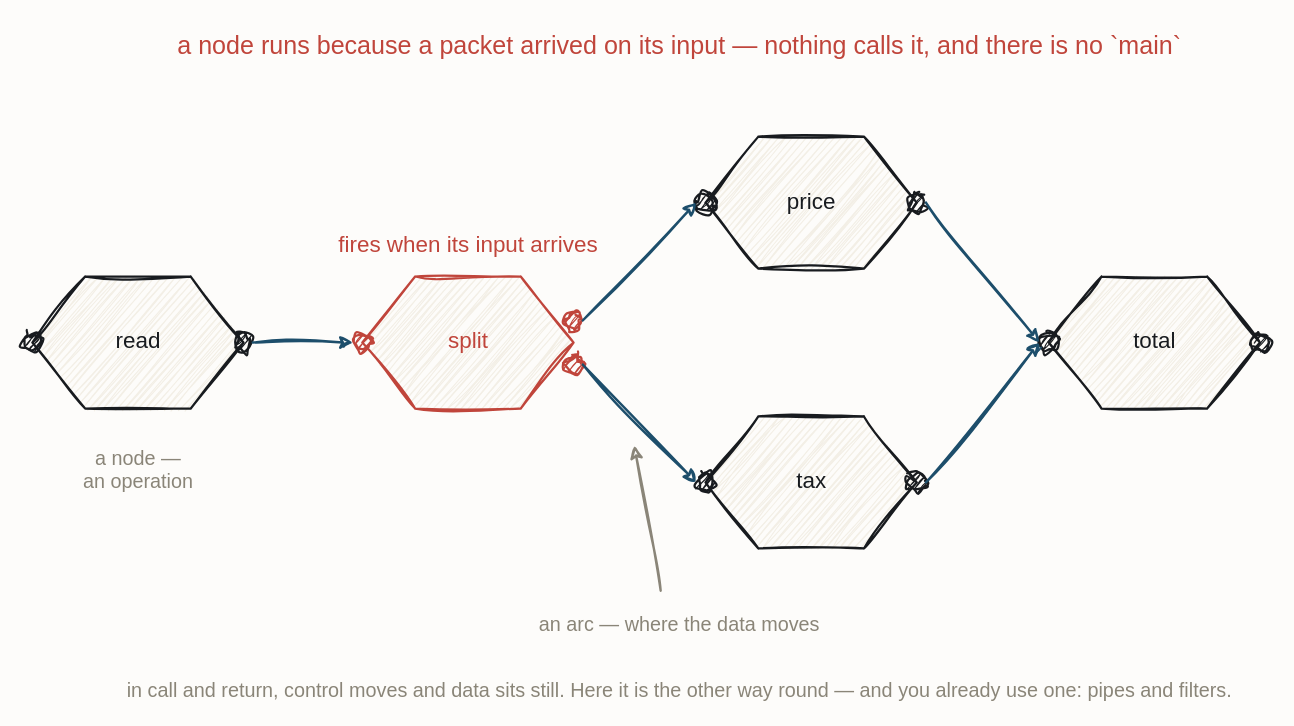
iancooper/practical-messaging keeps this draw.io diagram as resources/flow-dataflow-graph.drawio. Above is the earlier version. Source tidied: cells renumbered, new cells numbered last; positions are measured from the earlier drawing's top-left corner, leaving out a move shared by most shapes. Both pictures are drawn from the tidied source at 132%, with x=0, y=0 at pixel (22, 22).
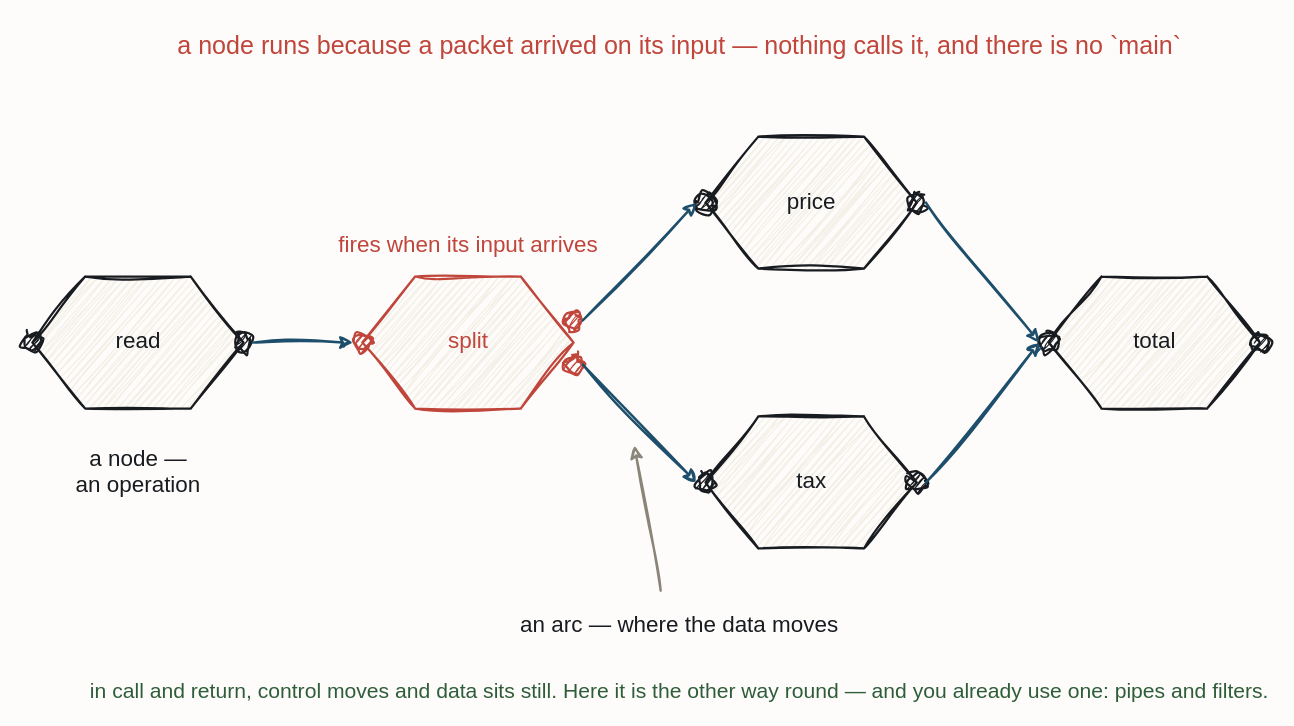
Above is the later version.

What changed in the source:
```diff
@@
-    <mxCell id="20" value="a node —&#10;an operation" style="text;html=1;align=center;fontFamily=Caveat;fontSize=15;fontColor=#8A8578;" parent="1" vertex="1">
+    <mxCell id="20" value="a node —&#10;an operation" style="text;html=1;align=center;fontFamily=Caveat;fontSize=17;fontColor=#181B1F;" parent="1" vertex="1">
       <mxGeometry x="27" y="314" width="120" height="20" as="geometry" />
     </mxCell>
-    <mxCell id="21" value="an arc — where the data moves" style="text;html=1;align=center;fontFamily=Caveat;fontSize=15;fontColor=#8A8578;" parent="1" vertex="1">
+    <mxCell id="21" value="an arc — where the data moves" style="text;html=1;align=center;fontFamily=Caveat;fontSize=17;fontColor=#181B1F;" parent="1" vertex="1">
       <mxGeometry x="437" y="440" width="120" height="20" as="geometry" />
     </mxCell>
-    <mxCell id="22" value="in call and return, control moves and data sits still. Here it is the other way round — and you already use one: pipes and filters." style="text;html=1;align=center;fontFamily=Caveat;fontSize=15;fontColor=#8A8578;" parent="1" vertex="1">
+    <mxCell id="22" value="in call and return, control moves and data sits still. Here it is the other way round — and you already use one: pipes and filters." style="text;html=1;align=center;fontFamily=Caveat;fontSize=16;fontColor=#2F5D3A;" parent="1" vertex="1">
       <mxGeometry x="437" y="490" width="120" height="20" as="geometry" />
     </mxCell>
@@
-    <mxCell id="28" style="sketch=1;jiggle=2;curveFitting=1;edgeStyle=none;rounded=0;strokeColor=#8A8578;strokeWidth=1.8;fontFamily=Caveat;fontSize=17;fontColor=#8A8578;html=1;" parent="1" edge="1">
+    <mxCell id="28" style="sketch=1;jiggle=2;curveFitting=1;edgeStyle=none;rounded=0;strokeColor=#8A8578;strokeWidth=1.8;fontFamily=Caveat;fontSize=17;fontColor=#2F5D3A;html=1;" parent="1" edge="1">
       <mxGeometry relative="1" as="geometry">
         <mxPoint x="483" y="430" as="sourcePoint" />
         <mxPoint x="463" y="320" as="targetPoint" />
       </mxGeometry>
     </mxCell>
```
